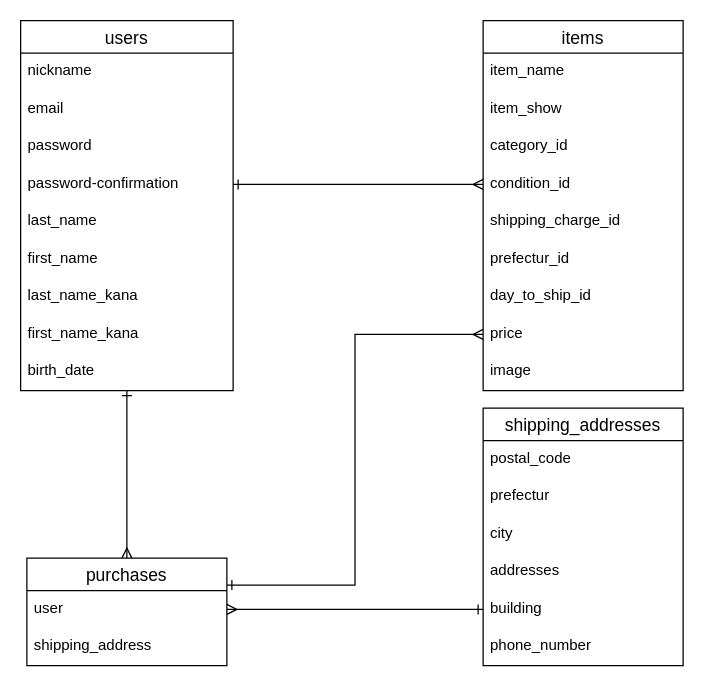
This is frima.dio from SinCSK/furima-36382, a draw.io file, before an edit. Source tidied: cells renumbered, new cells numbered last; positions are measured from the earlier drawing's top-left corner, leaving out a move shared by most shapes. Both pictures are drawn from the tidied source at 125%, with x=0, y=0 at pixel (20, 20).
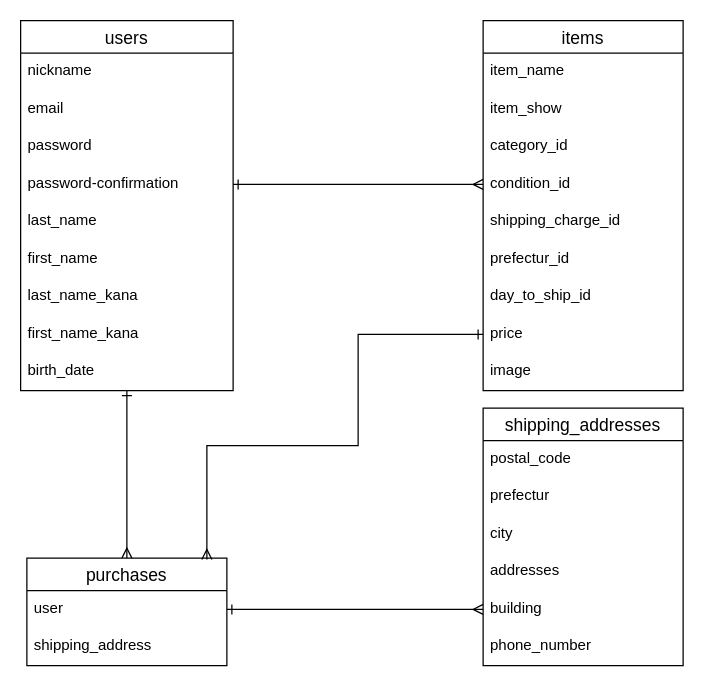
After the change.

Commit message (it also covers changes not shown here):
README再再再再修正

The change refers to these unchanged cells:
```xml
<mxCell id="21" value="price" style="text;strokeColor=none;fillColor=none;spacingLeft=4;spacingRight=4;overflow=hidden;points=[[0,0.5],[1,0.5]];portConstraint=eastwest;fontSize=12;" parent="13" vertex="1">
  <mxGeometry y="236" width="160" height="30" as="geometry" />
</mxCell>
<mxCell id="29" value="building" style="text;strokeColor=none;fillColor=none;spacingLeft=4;spacingRight=4;overflow=hidden;points=[[0,0.5],[1,0.5]];portConstraint=eastwest;fontSize=12;" parent="24" vertex="1">
  <mxGeometry y="146" width="160" height="30" as="geometry" />
</mxCell>
<mxCell id="32" value="purchases" style="swimlane;fontStyle=0;horizontal=1;startSize=26;align=center;fontSize=14;" parent="1" vertex="1">
  <mxGeometry x="5" y="430" width="160" height="86" as="geometry" />
</mxCell>
<mxCell id="33" value="user" style="text;strokeColor=none;fillColor=none;spacingLeft=4;spacingRight=4;overflow=hidden;points=[[0,0.5],[1,0.5]];portConstraint=eastwest;fontSize=12;" parent="32" vertex="1">
  <mxGeometry y="26" width="160" height="30" as="geometry" />
</mxCell>
```

The edit, as a diff of the source:
```diff
@@
-    <mxCell id="31" style="edgeStyle=orthogonalEdgeStyle;rounded=0;jettySize=auto;html=1;exitX=1;exitY=0.25;exitDx=0;exitDy=0;entryX=0;entryY=0.5;entryDx=0;entryDy=0;startArrow=ERone;startFill=0;endArrow=ERmany;endFill=0;" parent="1" edge="1" source="32" target="21">
-      <mxGeometry relative="1" as="geometry" />
-    </mxCell>
@@
-    <mxCell id="36" style="edgeStyle=orthogonalEdgeStyle;rounded=0;jettySize=auto;html=1;entryX=1;entryY=0.5;entryDx=0;entryDy=0;startArrow=ERone;startFill=0;endArrow=ERmany;endFill=0;" parent="1" edge="1" source="29" target="33">
-      <mxGeometry relative="1" as="geometry" />
-    </mxCell>
+    <mxCell id="37" style="edgeStyle=orthogonalEdgeStyle;rounded=0;jettySize=auto;html=1;exitX=0;exitY=0.5;exitDx=0;exitDy=0;entryX=0.9;entryY=0.012;entryDx=0;entryDy=0;entryPerimeter=0;startArrow=ERone;startFill=0;endArrow=ERmany;endFill=0;" parent="1" edge="1" source="21" target="32">
+      <mxGeometry relative="1" as="geometry">
+        <Array as="points">
+          <mxPoint x="270" y="251" />
+          <mxPoint x="270" y="340" />
+          <mxPoint x="149" y="340" />
+        </Array>
+      </mxGeometry>
+    </mxCell>
+    <mxCell id="38" style="edgeStyle=orthogonalEdgeStyle;rounded=0;jettySize=auto;html=1;entryX=0;entryY=0.5;entryDx=0;entryDy=0;startArrow=ERone;startFill=0;endArrow=ERmany;endFill=0;" parent="1" edge="1" source="33" target="29">
+      <mxGeometry relative="1" as="geometry" />
+    </mxCell>
```
